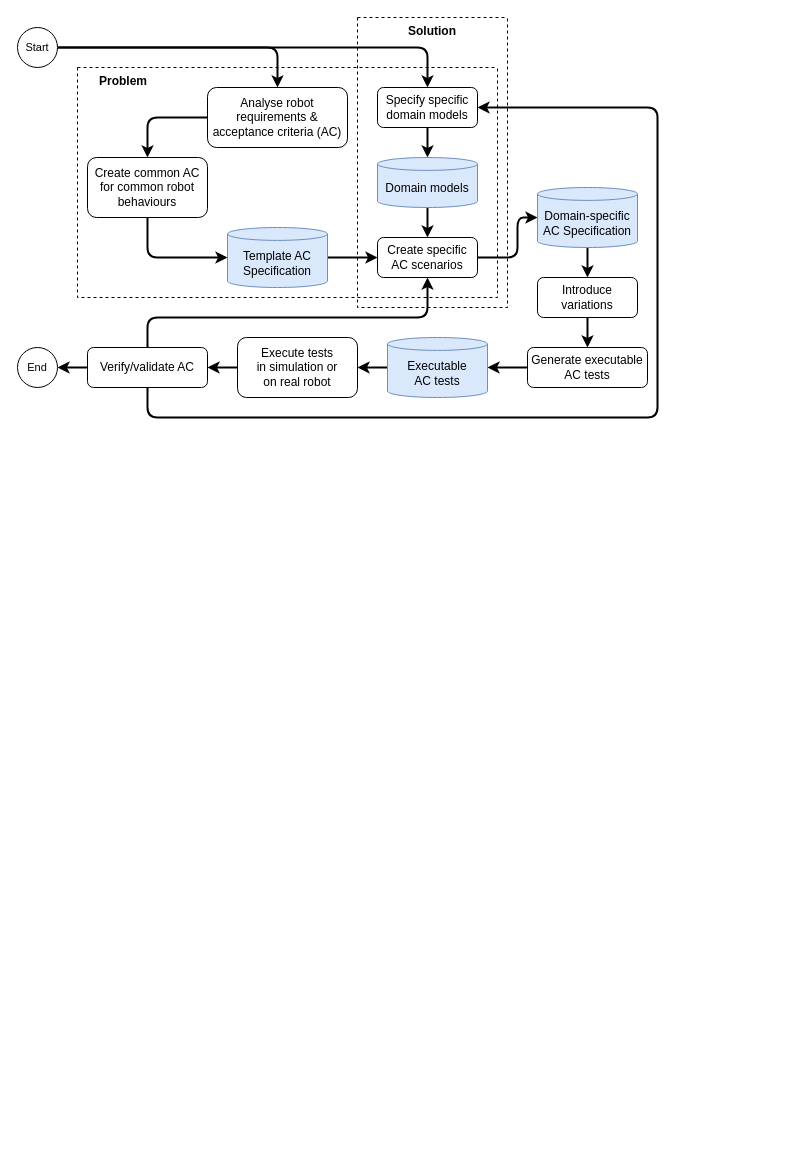
The draw.io diagram page "twin-peak relation" (2 of 3) of methodology.drawio in minhnh/drawio-diagrams, before the edit. Source tidied: cells renumbered, new cells numbered last; positions are measured from the earlier drawing's top-left corner, leaving out a move shared by most shapes. Both pictures are drawn from the tidied source at 100%, with x=0, y=0 at pixel (17, 17).
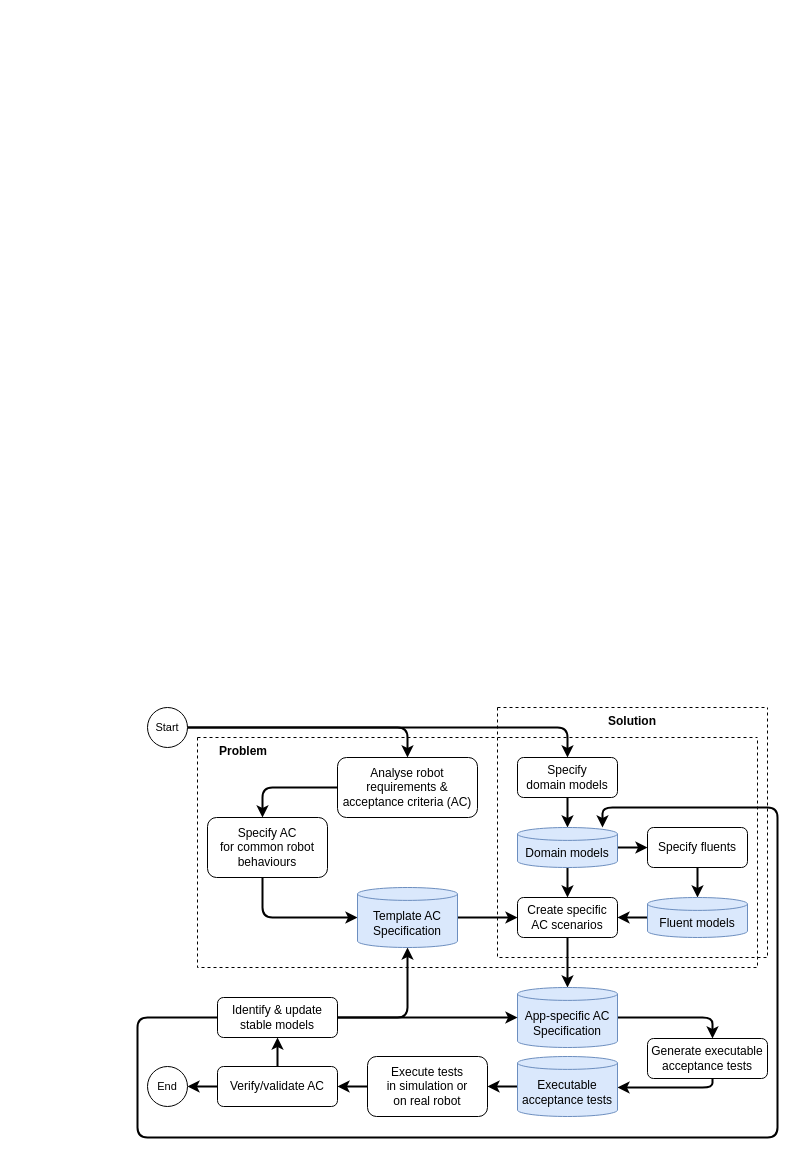
The same diagram, later.

What changed in the source:
```diff
@@
-    <mxCell id="2" style="edgeStyle=orthogonalEdgeStyle;shape=connector;rounded=1;jettySize=auto;html=1;labelBackgroundColor=default;strokeColor=default;strokeWidth=2;align=center;verticalAlign=middle;fontFamily=Helvetica;fontSize=11;fontColor=default;endArrow=classic;" parent="1" edge="1" source="19" target="4">
-      <mxGeometry relative="1" as="geometry" />
-    </mxCell>
-    <mxCell id="3" style="edgeStyle=orthogonalEdgeStyle;shape=connector;rounded=1;jettySize=auto;html=1;labelBackgroundColor=default;strokeColor=default;strokeWidth=2;align=center;verticalAlign=middle;fontFamily=Helvetica;fontSize=11;fontColor=default;endArrow=classic;" parent="1" edge="1" source="4" target="7">
-      <mxGeometry relative="1" as="geometry" />
-    </mxCell>
-    <mxCell id="4" value="Executable&lt;br&gt;AC tests" style="shape=cylinder3;whiteSpace=wrap;html=1;boundedLbl=1;backgroundOutline=1;size=6.448275862069011;fillColor=#dae8fc;strokeColor=#6c8ebf;" parent="1" vertex="1">
-      <mxGeometry x="370" y="320" width="100" height="60" as="geometry" />
-    </mxCell>
+    <mxCell id="34" style="edgeStyle=orthogonalEdgeStyle;shape=connector;rounded=1;jettySize=auto;html=1;labelBackgroundColor=default;strokeColor=default;strokeWidth=2;align=center;verticalAlign=middle;fontFamily=Helvetica;fontSize=11;fontColor=default;endArrow=classic;" parent="1" edge="1" source="42" target="36">
+      <mxGeometry relative="1" as="geometry">
+        <Array as="points">
+          <mxPoint x="695" y="1070" />
+        </Array>
+      </mxGeometry>
+    </mxCell>
+    <mxCell id="35" style="edgeStyle=orthogonalEdgeStyle;shape=connector;rounded=1;jettySize=auto;html=1;labelBackgroundColor=default;strokeColor=default;strokeWidth=2;align=center;verticalAlign=middle;fontFamily=Helvetica;fontSize=11;fontColor=default;endArrow=classic;" parent="1" edge="1" source="36" target="7">
+      <mxGeometry relative="1" as="geometry" />
+    </mxCell>
+    <mxCell id="36" value="Executable&lt;br&gt;acceptance tests" style="shape=cylinder3;whiteSpace=wrap;html=1;boundedLbl=1;backgroundOutline=1;size=6.448275862069011;fillColor=#dae8fc;strokeColor=#6c8ebf;" parent="1" vertex="1">
+      <mxGeometry x="500" y="1039" width="100" height="60" as="geometry" />
+    </mxCell>
@@
     <mxCell id="7" value="Execute tests&lt;br&gt;in simulation or&lt;br&gt;on real robot" style="rounded=1;whiteSpace=wrap;html=1;" parent="1" vertex="1">
-      <mxGeometry x="220" y="320" width="120" height="60" as="geometry" />
+      <mxGeometry x="350" y="1039" width="120" height="60" as="geometry" />
     </mxCell>
-    <mxCell id="8" style="edgeStyle=orthogonalEdgeStyle;shape=connector;rounded=1;jettySize=auto;html=1;labelBackgroundColor=default;strokeColor=default;strokeWidth=2;align=center;verticalAlign=middle;fontFamily=Helvetica;fontSize=11;fontColor=default;endArrow=classic;" parent="1" edge="1" source="27" target="28">
-      <mxGeometry relative="1" as="geometry">
-        <Array as="points">
-          <mxPoint x="130" y="100" />
-        </Array>
-      </mxGeometry>
-    </mxCell>
-    <mxCell id="9" style="edgeStyle=orthogonalEdgeStyle;shape=connector;rounded=1;jettySize=auto;html=1;labelBackgroundColor=default;strokeColor=default;strokeWidth=2;align=center;verticalAlign=middle;fontFamily=Helvetica;fontSize=11;fontColor=default;endArrow=classic;" parent="1" edge="1" source="28" target="11">
-      <mxGeometry relative="1" as="geometry">
-        <Array as="points">
-          <mxPoint x="130" y="240" />
-        </Array>
-      </mxGeometry>
-    </mxCell>
+    <mxCell id="37" style="edgeStyle=orthogonalEdgeStyle;shape=connector;rounded=1;jettySize=auto;html=1;labelBackgroundColor=default;strokeColor=default;strokeWidth=2;align=center;verticalAlign=middle;fontFamily=Helvetica;fontSize=11;fontColor=default;endArrow=classic;" parent="1" edge="1" source="27" target="46">
+      <mxGeometry relative="1" as="geometry">
+        <Array as="points">
+          <mxPoint x="245" y="770" />
+        </Array>
+      </mxGeometry>
+    </mxCell>
+    <mxCell id="38" style="edgeStyle=orthogonalEdgeStyle;shape=connector;rounded=1;jettySize=auto;html=1;labelBackgroundColor=default;strokeColor=default;strokeWidth=2;align=center;verticalAlign=middle;fontFamily=Helvetica;fontSize=11;fontColor=default;endArrow=classic;" parent="1" edge="1" source="46" target="11">
+      <mxGeometry relative="1" as="geometry">
+        <Array as="points">
+          <mxPoint x="245" y="900" />
+        </Array>
+      </mxGeometry>
+    </mxCell>
     <mxCell id="10" style="edgeStyle=orthogonalEdgeStyle;shape=connector;rounded=1;jettySize=auto;html=1;labelBackgroundColor=default;strokeColor=default;strokeWidth=2;align=center;verticalAlign=middle;fontFamily=Helvetica;fontSize=11;fontColor=default;endArrow=classic;" parent="1" edge="1" source="11" target="14">
       <mxGeometry relative="1" as="geometry">
         <Array as="points">
-          <mxPoint x="260" y="230" />
-          <mxPoint x="260" y="230" />
+          <mxPoint x="480" y="900" />
+          <mxPoint x="480" y="900" />
         </Array>
       </mxGeometry>
     </mxCell>
     <mxCell id="11" value="Template AC Specification" style="shape=cylinder3;whiteSpace=wrap;html=1;boundedLbl=1;backgroundOutline=1;size=6.448275862069011;fillColor=#dae8fc;strokeColor=#6c8ebf;" parent="1" vertex="1">
-      <mxGeometry x="210" y="210" width="100" height="60" as="geometry" />
+      <mxGeometry x="340" y="870" width="100" height="60" as="geometry" />
     </mxCell>
@@
-    <mxCell id="13" style="edgeStyle=orthogonalEdgeStyle;shape=connector;rounded=1;jettySize=auto;html=1;labelBackgroundColor=default;strokeColor=default;strokeWidth=2;align=center;verticalAlign=middle;fontFamily=Helvetica;fontSize=11;fontColor=default;endArrow=classic;" parent="1" edge="1" source="14" target="16">
-      <mxGeometry relative="1" as="geometry">
-        <Array as="points">
-          <mxPoint x="500" y="240" />
-          <mxPoint x="500" y="200" />
-        </Array>
-      </mxGeometry>
-    </mxCell>
+    <mxCell id="39" style="edgeStyle=orthogonalEdgeStyle;shape=connector;rounded=1;jettySize=auto;html=1;labelBackgroundColor=default;strokeColor=default;strokeWidth=2;align=center;verticalAlign=middle;fontFamily=Helvetica;fontSize=11;fontColor=default;endArrow=classic;" parent="1" edge="1" source="14" target="41">
+      <mxGeometry relative="1" as="geometry" />
+    </mxCell>
     <mxCell id="14" value="Create specific AC scenarios" style="rounded=1;whiteSpace=wrap;html=1;" parent="1" vertex="1">
-      <mxGeometry x="360" y="220" width="100" height="40" as="geometry" />
+      <mxGeometry x="500" y="880" width="100" height="40" as="geometry" />
     </mxCell>
-    <mxCell id="15" style="edgeStyle=orthogonalEdgeStyle;shape=connector;rounded=1;jettySize=auto;html=1;labelBackgroundColor=default;strokeColor=default;strokeWidth=2;align=center;verticalAlign=middle;fontFamily=Helvetica;fontSize=11;fontColor=default;endArrow=classic;" parent="1" edge="1" source="16" target="18">
-      <mxGeometry relative="1" as="geometry" />
-    </mxCell>
-    <mxCell id="16" value="Domain-specific AC Specification" style="shape=cylinder3;whiteSpace=wrap;html=1;boundedLbl=1;backgroundOutline=1;size=6.448275862069011;fillColor=#dae8fc;strokeColor=#6c8ebf;" parent="1" vertex="1">
-      <mxGeometry x="520" y="170" width="100" height="60" as="geometry" />
-    </mxCell>
-    <mxCell id="17" style="edgeStyle=orthogonalEdgeStyle;shape=connector;rounded=1;jettySize=auto;html=1;labelBackgroundColor=default;strokeColor=default;strokeWidth=2;align=center;verticalAlign=middle;fontFamily=Helvetica;fontSize=11;fontColor=default;endArrow=classic;" parent="1" edge="1" source="18" target="19">
-      <mxGeometry relative="1" as="geometry" />
-    </mxCell>
-    <mxCell id="18" value="Introduce variations" style="rounded=1;whiteSpace=wrap;html=1;" parent="1" vertex="1">
-      <mxGeometry x="520" y="260" width="100" height="40" as="geometry" />
-    </mxCell>
-    <mxCell id="19" value="Generate executable&lt;br&gt;AC tests" style="rounded=1;whiteSpace=wrap;html=1;" parent="1" vertex="1">
-      <mxGeometry x="510" y="330" width="120" height="40" as="geometry" />
-    </mxCell>
-    <mxCell id="20" style="edgeStyle=orthogonalEdgeStyle;shape=connector;rounded=1;jettySize=auto;html=1;labelBackgroundColor=default;strokeColor=default;strokeWidth=2;align=center;verticalAlign=middle;fontFamily=Helvetica;fontSize=11;fontColor=default;endArrow=classic;" parent="1" edge="1" source="22" target="14">
-      <mxGeometry relative="1" as="geometry">
-        <Array as="points">
-          <mxPoint x="130" y="300" />
-          <mxPoint x="410" y="300" />
-        </Array>
-      </mxGeometry>
-    </mxCell>
-    <mxCell id="21" style="edgeStyle=orthogonalEdgeStyle;shape=connector;rounded=1;jettySize=auto;html=1;labelBackgroundColor=default;strokeColor=default;strokeWidth=2;align=center;verticalAlign=middle;fontFamily=Helvetica;fontSize=11;fontColor=default;endArrow=classic;" parent="1" edge="1" target="29">
-      <mxGeometry relative="1" as="geometry">
-        <mxPoint x="130" y="360" as="sourcePoint" />
-        <Array as="points">
-          <mxPoint x="130" y="400" />
-          <mxPoint x="640" y="400" />
-          <mxPoint x="640" y="90" />
-        </Array>
-      </mxGeometry>
-    </mxCell>
+    <mxCell id="40" style="edgeStyle=orthogonalEdgeStyle;shape=connector;rounded=1;jettySize=auto;html=1;labelBackgroundColor=default;strokeColor=default;strokeWidth=2;align=center;verticalAlign=middle;fontFamily=Helvetica;fontSize=11;fontColor=default;endArrow=classic;" parent="1" edge="1" source="41" target="42">
+      <mxGeometry relative="1" as="geometry">
+        <Array as="points">
+          <mxPoint x="695" y="1000" />
+        </Array>
+      </mxGeometry>
+    </mxCell>
+    <mxCell id="41" value="App-specific AC Specification" style="shape=cylinder3;whiteSpace=wrap;html=1;boundedLbl=1;backgroundOutline=1;size=6.448275862069011;fillColor=#dae8fc;strokeColor=#6c8ebf;" parent="1" vertex="1">
+      <mxGeometry x="500" y="970" width="100" height="60" as="geometry" />
+    </mxCell>
+    <mxCell id="42" value="Generate executable&lt;br&gt;acceptance tests" style="rounded=1;whiteSpace=wrap;html=1;" parent="1" vertex="1">
+      <mxGeometry x="630" y="1021" width="120" height="40" as="geometry" />
+    </mxCell>
+    <mxCell id="43" style="edgeStyle=orthogonalEdgeStyle;shape=connector;rounded=1;jettySize=auto;html=1;labelBackgroundColor=default;strokeColor=default;strokeWidth=2;align=center;verticalAlign=middle;fontFamily=Helvetica;fontSize=11;fontColor=default;endArrow=classic;" parent="1" edge="1" source="52" target="11">
+      <mxGeometry relative="1" as="geometry">
+        <Array as="points">
+          <mxPoint x="390" y="1000" />
+        </Array>
+      </mxGeometry>
+    </mxCell>
+    <mxCell id="44" style="edgeStyle=orthogonalEdgeStyle;shape=connector;rounded=1;jettySize=auto;html=1;labelBackgroundColor=default;strokeColor=default;strokeWidth=2;align=center;verticalAlign=middle;fontFamily=Helvetica;fontSize=11;fontColor=default;endArrow=classic;" parent="1" edge="1" source="52" target="31">
+      <mxGeometry relative="1" as="geometry">
+        <Array as="points">
+          <mxPoint x="120" y="1000" />
+          <mxPoint x="120" y="1120" />
+          <mxPoint x="760" y="1120" />
+          <mxPoint x="760" y="790" />
+          <mxPoint x="585" y="790" />
+        </Array>
+      </mxGeometry>
+    </mxCell>
     <mxCell id="22" value="Verify/validate AC" style="rounded=1;whiteSpace=wrap;html=1;" parent="1" vertex="1">
-      <mxGeometry x="70" y="330" width="120" height="40" as="geometry" />
+      <mxGeometry x="200" y="1049" width="120" height="40" as="geometry" />
     </mxCell>
-    <mxCell id="23" style="edgeStyle=orthogonalEdgeStyle;shape=connector;rounded=1;jettySize=auto;html=1;labelBackgroundColor=default;strokeColor=default;strokeWidth=2;align=center;verticalAlign=middle;fontFamily=Helvetica;fontSize=11;fontColor=default;endArrow=classic;" parent="1" edge="1" source="25" target="29">
-      <mxGeometry relative="1" as="geometry" />
-    </mxCell>
+    <mxCell id="45" style="edgeStyle=orthogonalEdgeStyle;shape=connector;rounded=1;jettySize=auto;html=1;labelBackgroundColor=default;strokeColor=default;strokeWidth=2;align=center;verticalAlign=middle;fontFamily=Helvetica;fontSize=11;fontColor=default;endArrow=classic;" parent="1" edge="1" source="25" target="47">
+      <mxGeometry relative="1" as="geometry">
+        <Array as="points">
+          <mxPoint x="550" y="710" />
+        </Array>
+      </mxGeometry>
+    </mxCell>
     <mxCell id="24" style="edgeStyle=orthogonalEdgeStyle;shape=connector;rounded=1;jettySize=auto;html=1;labelBackgroundColor=default;strokeColor=default;strokeWidth=2;align=center;verticalAlign=middle;fontFamily=Helvetica;fontSize=11;fontColor=default;endArrow=classic;" parent="1" edge="1" source="25" target="27">
-      <mxGeometry relative="1" as="geometry" />
+      <mxGeometry relative="1" as="geometry">
+        <Array as="points">
+          <mxPoint x="390" y="710" />
+        </Array>
+      </mxGeometry>
     </mxCell>
     <mxCell id="25" value="Start" style="ellipse;whiteSpace=wrap;html=1;fontFamily=Helvetica;fontSize=11;fontColor=default;" parent="1" vertex="1">
-      <mxGeometry y="10" width="40" height="40" as="geometry" />
+      <mxGeometry x="130" y="690" width="40" height="40" as="geometry" />
     </mxCell>
     <mxCell id="26" value="End" style="ellipse;whiteSpace=wrap;html=1;fontFamily=Helvetica;fontSize=11;fontColor=default;" parent="1" vertex="1">
-      <mxGeometry y="330" width="40" height="40" as="geometry" />
+      <mxGeometry x="130" y="1049" width="40" height="40" as="geometry" />
     </mxCell>
     <mxCell id="27" value="Analyse robot requirements &amp;amp; acceptance criteria (AC)" style="rounded=1;whiteSpace=wrap;html=1;" parent="1" vertex="1">
-      <mxGeometry x="190" y="70" width="140" height="60" as="geometry" />
+      <mxGeometry x="320" y="740" width="140" height="60" as="geometry" />
     </mxCell>
-    <mxCell id="28" value="Create common AC for common robot behaviours" style="rounded=1;whiteSpace=wrap;html=1;" parent="1" vertex="1">
-      <mxGeometry x="70" y="140" width="120" height="60" as="geometry" />
-    </mxCell>
-    <mxCell id="29" value="Specify specific domain models" style="rounded=1;whiteSpace=wrap;html=1;" parent="1" vertex="1">
-      <mxGeometry x="360" y="70" width="100" height="40" as="geometry" />
-    </mxCell>
-    <mxCell id="30" style="edgeStyle=orthogonalEdgeStyle;shape=connector;rounded=1;jettySize=auto;html=1;labelBackgroundColor=default;strokeColor=default;strokeWidth=2;align=center;verticalAlign=middle;fontFamily=Helvetica;fontSize=11;fontColor=default;endArrow=classic;" parent="1" edge="1" source="29" target="31">
-      <mxGeometry relative="1" as="geometry" />
-    </mxCell>
+    <mxCell id="46" value="Specify AC&lt;br&gt;for common robot behaviours" style="rounded=1;whiteSpace=wrap;html=1;" parent="1" vertex="1">
+      <mxGeometry x="190" y="800" width="120" height="60" as="geometry" />
+    </mxCell>
+    <mxCell id="47" value="Specify&lt;br&gt;domain models" style="rounded=1;whiteSpace=wrap;html=1;" parent="1" vertex="1">
+      <mxGeometry x="500" y="740" width="100" height="40" as="geometry" />
+    </mxCell>
+    <mxCell id="48" style="edgeStyle=orthogonalEdgeStyle;shape=connector;rounded=1;jettySize=auto;html=1;labelBackgroundColor=default;strokeColor=default;strokeWidth=2;align=center;verticalAlign=middle;fontFamily=Helvetica;fontSize=11;fontColor=default;endArrow=classic;" parent="1" edge="1" source="47" target="31">
+      <mxGeometry relative="1" as="geometry" />
+    </mxCell>
+    <mxCell id="49" style="edgeStyle=orthogonalEdgeStyle;shape=connector;rounded=1;jettySize=auto;html=1;labelBackgroundColor=default;strokeColor=default;strokeWidth=2;align=center;verticalAlign=middle;fontFamily=Helvetica;fontSize=11;fontColor=default;endArrow=classic;" parent="1" edge="1" source="31" target="54">
+      <mxGeometry relative="1" as="geometry" />
+    </mxCell>
     <mxCell id="31" value="Domain models" style="shape=cylinder3;whiteSpace=wrap;html=1;boundedLbl=1;backgroundOutline=1;size=6.448275862069011;fillColor=#dae8fc;strokeColor=#6c8ebf;" parent="1" vertex="1">
-      <mxGeometry x="360" y="140" width="100" height="50" as="geometry" />
+      <mxGeometry x="500" y="810" width="100" height="40" as="geometry" />
     </mxCell>
+    <mxCell id="50" style="edgeStyle=orthogonalEdgeStyle;shape=connector;rounded=1;jettySize=auto;html=1;labelBackgroundColor=default;strokeColor=default;strokeWidth=2;align=center;verticalAlign=middle;fontFamily=Helvetica;fontSize=11;fontColor=default;endArrow=classic;" parent="1" edge="1" source="22" target="52">
+      <mxGeometry relative="1" as="geometry" />
+    </mxCell>
+    <mxCell id="51" style="edgeStyle=orthogonalEdgeStyle;shape=connector;rounded=1;jettySize=auto;html=1;labelBackgroundColor=default;strokeColor=default;strokeWidth=2;align=center;verticalAlign=middle;fontFamily=Helvetica;fontSize=11;fontColor=default;endArrow=classic;" parent="1" edge="1" source="52" target="41">
+      <mxGeometry relative="1" as="geometry">
+        <Array as="points">
+          <mxPoint x="420" y="1000" />
+          <mxPoint x="420" y="1000" />
+        </Array>
+      </mxGeometry>
+    </mxCell>
+    <mxCell id="52" value="Identify &amp;amp; update stable models" style="rounded=1;whiteSpace=wrap;html=1;" parent="1" vertex="1">
+      <mxGeometry x="200" y="980" width="120" height="40" as="geometry" />
+    </mxCell>
+    <mxCell id="53" style="edgeStyle=orthogonalEdgeStyle;shape=connector;rounded=1;jettySize=auto;html=1;labelBackgroundColor=default;strokeColor=default;strokeWidth=2;align=center;verticalAlign=middle;fontFamily=Helvetica;fontSize=11;fontColor=default;endArrow=classic;" parent="1" edge="1" source="54" target="56">
+      <mxGeometry relative="1" as="geometry" />
+    </mxCell>
+    <mxCell id="54" value="Specify fluents" style="rounded=1;whiteSpace=wrap;html=1;" parent="1" vertex="1">
+      <mxGeometry x="630" y="810" width="100" height="40" as="geometry" />
+    </mxCell>
+    <mxCell id="55" style="edgeStyle=orthogonalEdgeStyle;shape=connector;rounded=1;jettySize=auto;html=1;labelBackgroundColor=default;strokeColor=default;strokeWidth=2;align=center;verticalAlign=middle;fontFamily=Helvetica;fontSize=11;fontColor=default;endArrow=classic;" parent="1" edge="1" source="56" target="14">
+      <mxGeometry relative="1" as="geometry" />
+    </mxCell>
+    <mxCell id="56" value="Fluent models" style="shape=cylinder3;whiteSpace=wrap;html=1;boundedLbl=1;backgroundOutline=1;size=6.448275862069011;fillColor=#dae8fc;strokeColor=#6c8ebf;" parent="1" vertex="1">
+      <mxGeometry x="630" y="880" width="100" height="40" as="geometry" />
+    </mxCell>
     <mxCell id="32" value="Solution" style="swimlane;startSize=0;verticalAlign=top;dashed=1;" parent="1" vertex="1">
-      <mxGeometry x="340" width="150" height="290" as="geometry" />
+      <mxGeometry x="480" y="690" width="270" height="250" as="geometry" />
     </mxCell>
     <mxCell id="33" value="Problem" style="swimlane;startSize=0;verticalAlign=top;dashed=1;spacingLeft=20;align=left;" parent="1" vertex="1">
-      <mxGeometry x="60" y="50" width="420" height="230" as="geometry" />
+      <mxGeometry x="180" y="720" width="560" height="230" as="geometry" />
     </mxCell>
```
